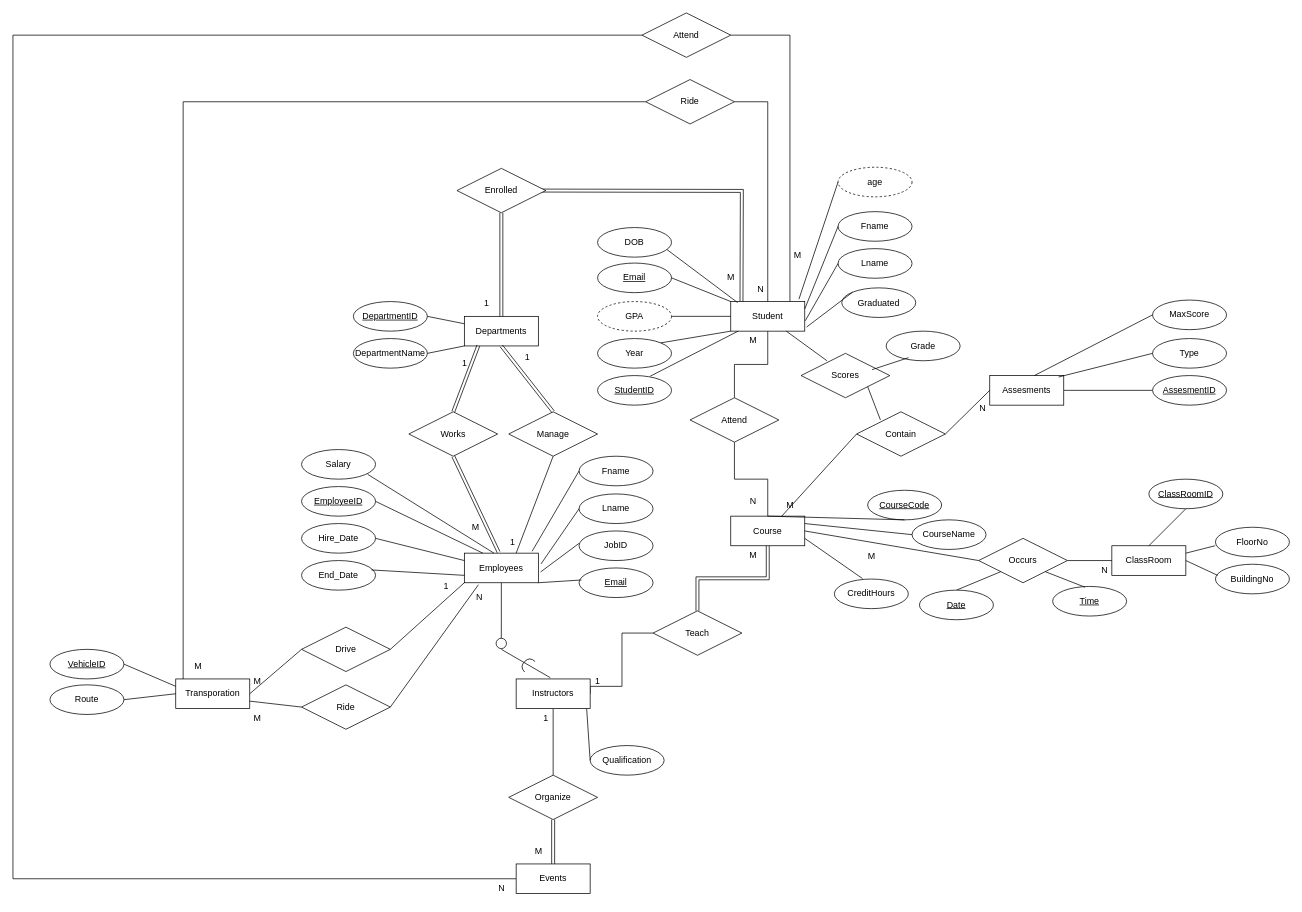
This is FacultyERD.drawio from seiffmohamedd/University_DBMS, a draw.io file, before an edit. Source tidied: cells renumbered, new cells numbered last; positions are measured from the earlier drawing's top-left corner, leaving out a move shared by most shapes. Both pictures are drawn from the tidied source at 74%, with x=0, y=0 at pixel (13, 13).
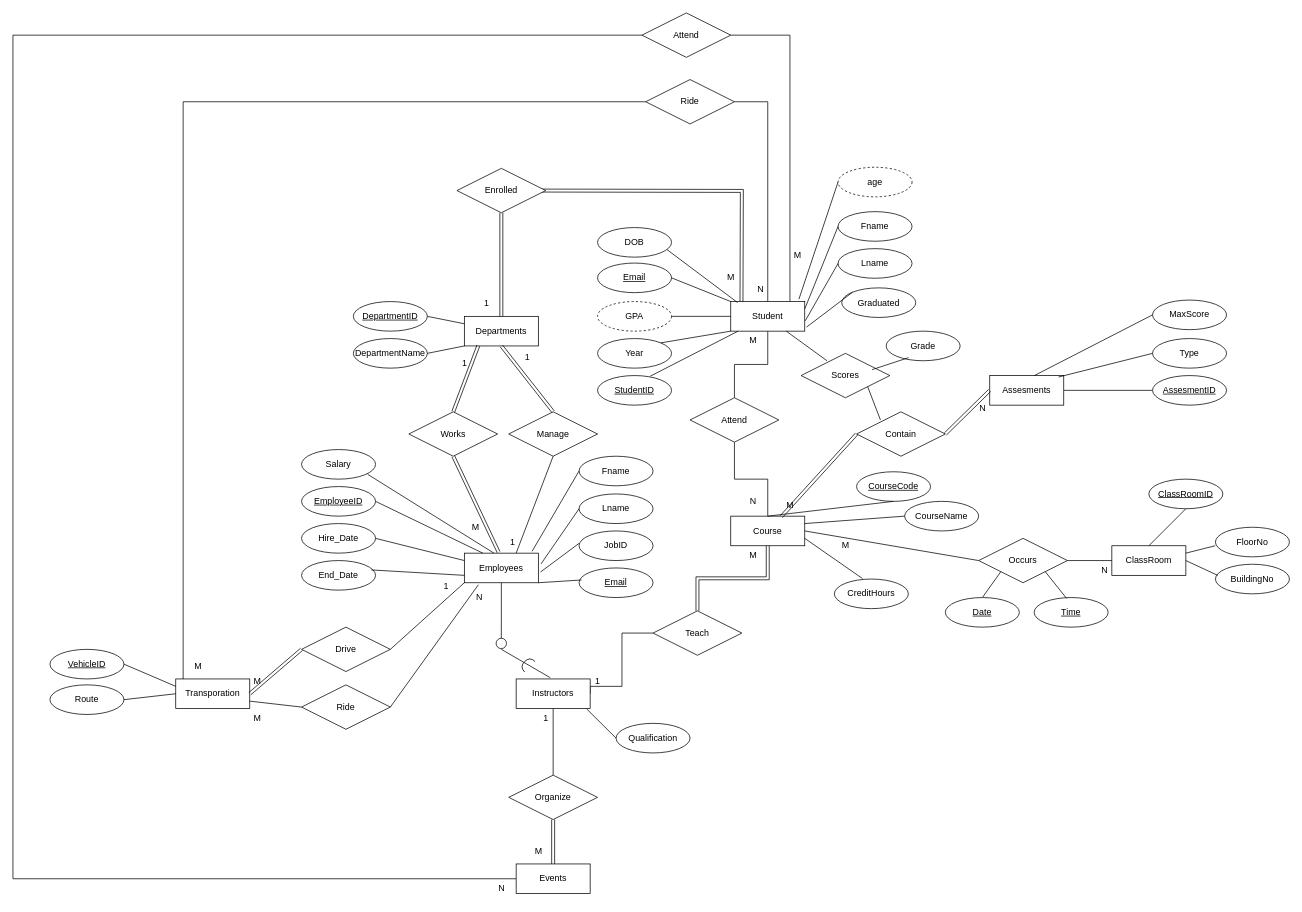
The same diagram, later.

Commit message (it also covers changes not shown here):
ERD finished

Unchanged cells that the change refers to:
```xml
<mxCell id="3" value="Assesments" style="whiteSpace=wrap;html=1;align=center;" parent="1" vertex="1">
  <mxGeometry x="1320" y="490" width="100" height="40" as="geometry" />
</mxCell>
<mxCell id="15" value="Transporation" style="whiteSpace=wrap;html=1;align=center;" parent="1" vertex="1">
  <mxGeometry x="220" y="900" width="100" height="40" as="geometry" />
</mxCell>
<mxCell id="16" value="Course" style="whiteSpace=wrap;html=1;align=center;" parent="1" vertex="1">
  <mxGeometry x="970" y="680" width="100" height="40" as="geometry" />
</mxCell>
<mxCell id="108" value="Drive" style="shape=rhombus;perimeter=rhombusPerimeter;whiteSpace=wrap;html=1;align=center;" parent="1" vertex="1">
  <mxGeometry x="390" y="830" width="120" height="60" as="geometry" />
</mxCell>
<mxCell id="131" value="Contain" style="shape=rhombus;perimeter=rhombusPerimeter;whiteSpace=wrap;html=1;align=center;" parent="1" vertex="1">
  <mxGeometry x="1140" y="539" width="120" height="60" as="geometry" />
</mxCell>
```

The edit, as a diff of the source:
```diff
@@
     <mxCell id="59" value="Qualification" style="ellipse;whiteSpace=wrap;html=1;align=center;" parent="1" vertex="1">
-      <mxGeometry x="780" y="990" width="100" height="40" as="geometry" />
+      <mxGeometry x="815" y="960" width="100" height="40" as="geometry" />
     </mxCell>
@@
     <mxCell id="63" value="CourseCode" style="ellipse;whiteSpace=wrap;html=1;align=center;fontStyle=4;" parent="1" vertex="1">
-      <mxGeometry x="1155" y="645" width="100" height="40" as="geometry" />
+      <mxGeometry x="1140" y="620" width="100" height="40" as="geometry" />
     </mxCell>
@@
     <mxCell id="65" value="CourseName" style="ellipse;whiteSpace=wrap;html=1;align=center;" parent="1" vertex="1">
-      <mxGeometry x="1215" y="685" width="100" height="40" as="geometry" />
+      <mxGeometry x="1205" y="660" width="100" height="40" as="geometry" />
     </mxCell>
@@
     <mxCell id="83" value="M" style="text;html=1;align=center;verticalAlign=middle;strokeColor=none;fillColor=none;" parent="1" vertex="1">
-      <mxGeometry x="1145" y="720" width="30" height="30" as="geometry" />
+      <mxGeometry x="1110" y="705" width="30" height="30" as="geometry" />
     </mxCell>
@@
     <mxCell id="86" value="Date" style="ellipse;whiteSpace=wrap;html=1;align=center;fontStyle=4;" parent="1" vertex="1">
-      <mxGeometry x="1225" y="780" width="100" height="40" as="geometry" />
+      <mxGeometry x="1260" y="790" width="100" height="40" as="geometry" />
     </mxCell>
     <mxCell id="87" value="Time" style="ellipse;whiteSpace=wrap;html=1;align=center;fontStyle=4;" parent="1" vertex="1">
-      <mxGeometry x="1405" y="775" width="100" height="40" as="geometry" />
+      <mxGeometry x="1380" y="790" width="100" height="40" as="geometry" />
     </mxCell>
@@
-    <mxCell id="109" style="endArrow=none;html=1;rounded=0;exitX=1;exitY=0.5;exitDx=0;exitDy=0;entryX=0;entryY=0.5;entryDx=0;entryDy=0;" parent="1" edge="1" source="15" target="108">
+    <mxCell id="109" style="endArrow=none;html=1;rounded=0;exitX=1;exitY=0.5;exitDx=0;exitDy=0;entryX=0;entryY=0.5;entryDx=0;entryDy=0;shape=link;" parent="1" edge="1" source="15" target="108">
       <mxGeometry relative="1" as="geometry" />
     </mxCell>
@@
-    <mxCell id="137" style="endArrow=none;html=1;rounded=0;entryX=0;entryY=0.5;entryDx=0;entryDy=0;exitX=0.683;exitY=0.017;exitDx=0;exitDy=0;exitPerimeter=0;" parent="1" edge="1" source="16" target="131">
+    <mxCell id="137" style="endArrow=none;html=1;rounded=0;entryX=0;entryY=0.5;entryDx=0;entryDy=0;exitX=0.683;exitY=0.017;exitDx=0;exitDy=0;exitPerimeter=0;shape=link;" parent="1" edge="1" source="16" target="131">
       <mxGeometry relative="1" as="geometry" />
     </mxCell>
-    <mxCell id="138" style="endArrow=none;html=1;rounded=0;exitX=1;exitY=0.5;exitDx=0;exitDy=0;entryX=0;entryY=0.5;entryDx=0;entryDy=0;" parent="1" edge="1" source="131" target="3">
+    <mxCell id="138" style="endArrow=none;html=1;rounded=0;exitX=1;exitY=0.5;exitDx=0;exitDy=0;entryX=0;entryY=0.5;entryDx=0;entryDy=0;shape=link;" parent="1" edge="1" source="131" target="3">
       <mxGeometry relative="1" as="geometry" />
     </mxCell>
```
